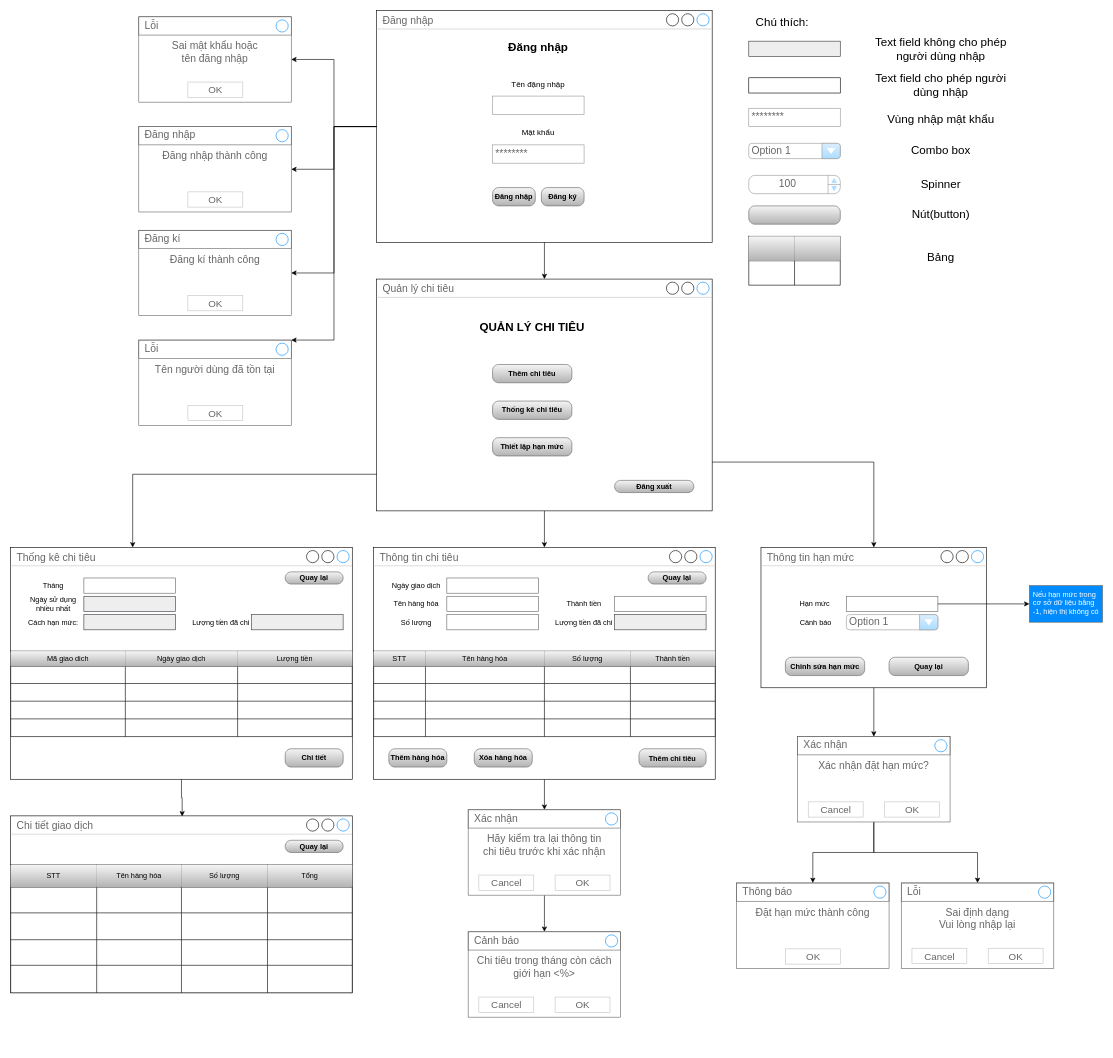
This is page "Sơ đồ màn hình" (1 of 6) of Diagrams/Screen diagram.drawio from AkallHuynh/IS216.L21.HTCL-Java, a draw.io file, before an edit. Source tidied: cells renumbered, new cells numbered last; positions are measured from the earlier drawing's top-left corner, leaving out a move shared by most shapes. Both pictures are drawn from the tidied source at 61%, with x=0, y=0 at pixel (10, 10).
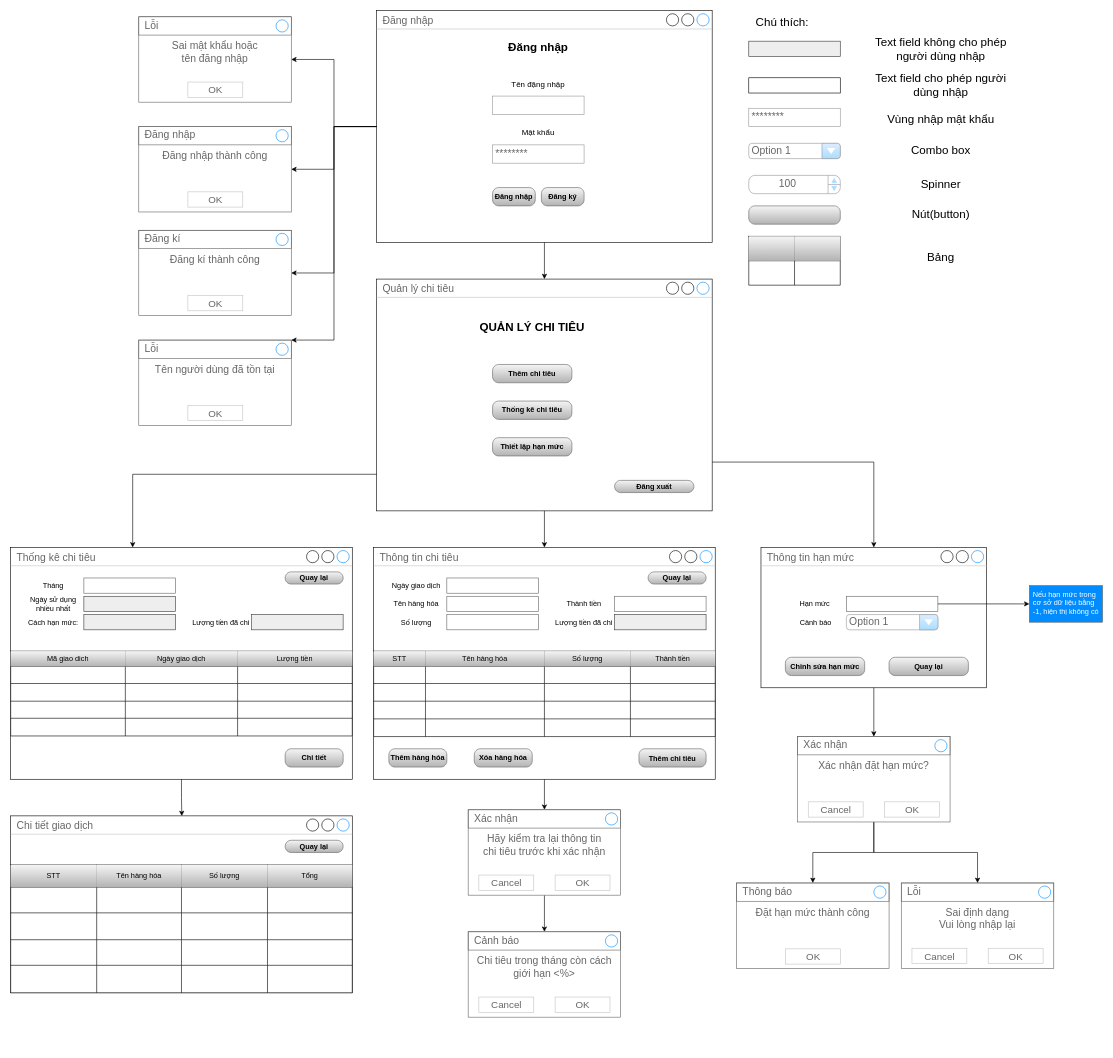
After the change.

The change refers to these unchanged cells:
```xml
<mxCell id="83" style="group;" parent="1" vertex="1">
  <mxGeometry y="880" width="560" height="380" as="geometry" />
</mxCell>
<mxCell id="84" value="Thống kê chi tiêu" style="strokeWidth=1;shadow=0;dashed=0;align=center;html=1;shape=mxgraph.mockup.containers.window;align=left;verticalAlign=top;spacingLeft=8;strokeColor2=#008cff;strokeColor3=#c4c4c4;fontColor=#666666;mainText=;fontSize=17;labelBackgroundColor=none;" parent="83" vertex="1">
  <mxGeometry width="560" height="380" as="geometry" />
</mxCell>
<mxCell id="178" value="Chi tiết giao dịch" style="strokeWidth=1;shadow=0;dashed=0;align=center;html=1;shape=mxgraph.mockup.containers.window;align=left;verticalAlign=top;spacingLeft=8;strokeColor2=#008cff;strokeColor3=#c4c4c4;fontColor=#666666;mainText=;fontSize=17;labelBackgroundColor=none;" parent="177" vertex="1">
  <mxGeometry width="560" height="290" as="geometry" />
</mxCell>
```

The edit, as a diff of the source:
```diff
@@
     <mxCell id="87" style="shape=table;html=1;whiteSpace=wrap;startSize=0;childLayout=tableLayout;" parent="83" vertex="1">
-      <mxGeometry y="170" width="560" height="140" as="geometry" />
+      <mxGeometry y="170" width="560" height="139" as="geometry" />
     </mxCell>
@@
     <mxCell id="100" style="shape=partialRectangle;html=1;whiteSpace=wrap;fillColor=none;top=0;left=0;bottom=0;right=0;" parent="87" vertex="1">
-      <mxGeometry y="82" width="560" height="29" as="geometry" />
+      <mxGeometry y="82" width="560" height="28" as="geometry" />
     </mxCell>
     <mxCell id="101" style="shape=partialRectangle;html=1;whiteSpace=wrap;overflow=hidden;fillColor=none;top=0;left=0;bottom=0;right=0;" parent="100" vertex="1">
-      <mxGeometry width="188" height="29" as="geometry" />
+      <mxGeometry width="188" height="28" as="geometry" />
     </mxCell>
     <mxCell id="102" style="shape=partialRectangle;html=1;whiteSpace=wrap;overflow=hidden;fillColor=none;top=0;left=0;bottom=0;right=0;" parent="100" vertex="1">
-      <mxGeometry x="188" width="184" height="29" as="geometry" />
+      <mxGeometry x="188" width="184" height="28" as="geometry" />
     </mxCell>
     <mxCell id="103" style="shape=partialRectangle;html=1;whiteSpace=wrap;overflow=hidden;fillColor=none;top=0;left=0;bottom=0;right=0;" parent="100" vertex="1">
-      <mxGeometry x="372" width="188" height="29" as="geometry" />
+      <mxGeometry x="372" width="188" height="28" as="geometry" />
     </mxCell>
     <mxCell id="104" style="shape=partialRectangle;html=1;whiteSpace=wrap;fillColor=none;top=0;left=0;bottom=0;right=0;" parent="87" vertex="1">
-      <mxGeometry y="111" width="560" height="29" as="geometry" />
+      <mxGeometry y="110" width="560" height="29" as="geometry" />
     </mxCell>
@@
-    <mxCell id="206" style="edgeStyle=orthogonalEdgeStyle;rounded=0;jettySize=auto;html=1;entryX=0.502;entryY=0.003;entryDx=0;entryDy=0;entryPerimeter=0;" parent="1" edge="1" source="84" target="178">
+    <mxCell id="206" style="edgeStyle=orthogonalEdgeStyle;rounded=0;jettySize=auto;html=1;entryX=0.501;entryY=0.001;entryDx=0;entryDy=0;entryPerimeter=0;" parent="1" edge="1" source="84" target="178">
       <mxGeometry relative="1" as="geometry" />
     </mxCell>
```
